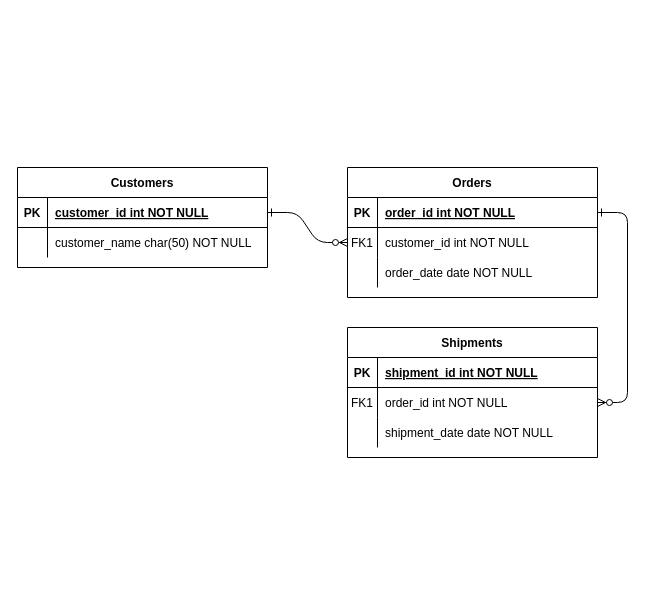
This is Диаграмма без названия.drawio from RaifSpace/raif-devops, a draw.io file, before an edit. Source tidied: cells renumbered, new cells numbered last; positions are measured from the earlier drawing's top-left corner, leaving out a move shared by most shapes. Both pictures are drawn from the tidied source at 100%, with x=0, y=0 at pixel (17, 167).
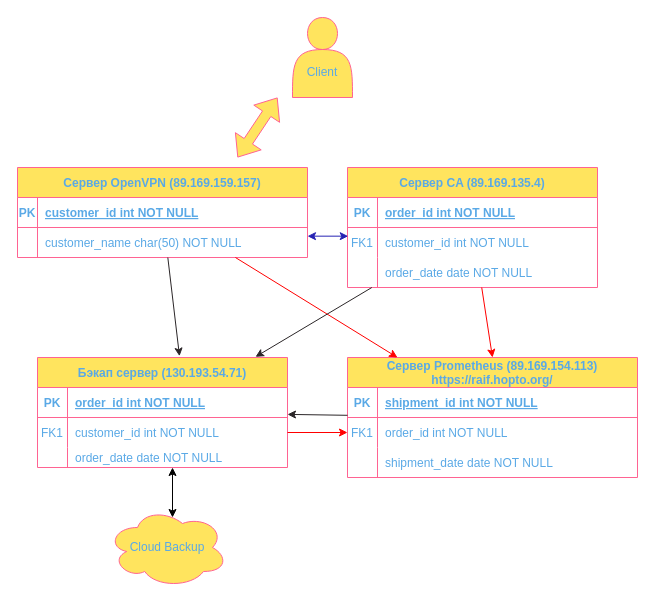
The same page after the edit.

Change to the diagram source:
```diff
@@
-    <mxCell id="2" style="edgeStyle=entityRelationEdgeStyle;endArrow=ERzeroToMany;startArrow=ERone;endFill=1;startFill=0;" parent="1" edge="1" source="25" target="8">
-      <mxGeometry relative="1" as="geometry" />
-    </mxCell>
-    <mxCell id="3" style="edgeStyle=entityRelationEdgeStyle;endArrow=ERzeroToMany;startArrow=ERone;endFill=1;startFill=0;" parent="1" edge="1" source="5" target="18">
-      <mxGeometry relative="1" as="geometry" />
-    </mxCell>
-    <mxCell id="4" value="Orders" style="shape=table;startSize=30;childLayout=tableLayout;rowLines=0;fontStyle=1;align=center;" parent="1" vertex="1">
-      <mxGeometry x="330" width="250" height="130" as="geometry" />
+    <mxCell id="4" value="Сервер CA (89.169.135.4)" style="shape=table;startSize=30;childLayout=tableLayout;rowLines=0;fontStyle=1;align=center;labelBackgroundColor=none;fillColor=#FFE45E;strokeColor=#FF6392;fontColor=#5AA9E6;" parent="1" vertex="1">
+      <mxGeometry x="330" width="250" height="120" as="geometry" />
     </mxCell>
-    <mxCell id="5" style="shape=partialRectangle;fillColor=none;points=[[0,0.5],[1,0.5]];portConstraint=eastwest;top=0;left=0;right=0;bottom=1;" parent="4" vertex="1">
+    <mxCell id="5" style="shape=partialRectangle;fillColor=none;points=[[0,0.5],[1,0.5]];portConstraint=eastwest;top=0;left=0;right=0;bottom=1;labelBackgroundColor=none;strokeColor=#FF6392;fontColor=#5AA9E6;" parent="4" vertex="1">
       <mxGeometry y="30" width="250" height="30" as="geometry" />
     </mxCell>
-    <mxCell id="6" value="PK" style="shape=partialRectangle;overflow=hidden;fillColor=none;top=0;left=0;bottom=0;right=0;fontStyle=1;" parent="5" vertex="1">
+    <mxCell id="6" value="PK" style="shape=partialRectangle;overflow=hidden;fillColor=none;top=0;left=0;bottom=0;right=0;fontStyle=1;labelBackgroundColor=none;strokeColor=#FF6392;fontColor=#5AA9E6;" parent="5" vertex="1">
       <mxGeometry width="30" height="30" as="geometry" />
     </mxCell>
-    <mxCell id="7" value="order_id int NOT NULL " style="shape=partialRectangle;overflow=hidden;fillColor=none;top=0;left=0;bottom=0;right=0;align=left;spacingLeft=6;fontStyle=5;" parent="5" vertex="1">
+    <mxCell id="7" value="order_id int NOT NULL " style="shape=partialRectangle;overflow=hidden;fillColor=none;top=0;left=0;bottom=0;right=0;align=left;spacingLeft=6;fontStyle=5;labelBackgroundColor=none;strokeColor=#FF6392;fontColor=#5AA9E6;" parent="5" vertex="1">
       <mxGeometry x="30" width="220" height="30" as="geometry" />
     </mxCell>
-    <mxCell id="8" style="shape=partialRectangle;fillColor=none;points=[[0,0.5],[1,0.5]];portConstraint=eastwest;top=0;left=0;right=0;bottom=0;" parent="4" vertex="1">
+    <mxCell id="8" style="shape=partialRectangle;fillColor=none;points=[[0,0.5],[1,0.5]];portConstraint=eastwest;top=0;left=0;right=0;bottom=0;labelBackgroundColor=none;strokeColor=#FF6392;fontColor=#5AA9E6;" parent="4" vertex="1">
       <mxGeometry y="60" width="250" height="30" as="geometry" />
     </mxCell>
-    <mxCell id="9" value="FK1" style="shape=partialRectangle;overflow=hidden;fillColor=none;top=0;left=0;bottom=0;right=0;" parent="8" vertex="1">
+    <mxCell id="9" value="FK1" style="shape=partialRectangle;overflow=hidden;fillColor=none;top=0;left=0;bottom=0;right=0;labelBackgroundColor=none;strokeColor=#FF6392;fontColor=#5AA9E6;" parent="8" vertex="1">
       <mxGeometry width="30" height="30" as="geometry" />
     </mxCell>
-    <mxCell id="10" value="customer_id int NOT NULL" style="shape=partialRectangle;overflow=hidden;fillColor=none;top=0;left=0;bottom=0;right=0;align=left;spacingLeft=6;" parent="8" vertex="1">
+    <mxCell id="10" value="customer_id int NOT NULL" style="shape=partialRectangle;overflow=hidden;fillColor=none;top=0;left=0;bottom=0;right=0;align=left;spacingLeft=6;labelBackgroundColor=none;strokeColor=#FF6392;fontColor=#5AA9E6;" parent="8" vertex="1">
       <mxGeometry x="30" width="220" height="30" as="geometry" />
     </mxCell>
-    <mxCell id="11" style="shape=partialRectangle;fillColor=none;top=0;left=0;right=0;bottom=0;" parent="4" vertex="1">
+    <mxCell id="11" style="shape=partialRectangle;fillColor=none;top=0;left=0;right=0;bottom=0;labelBackgroundColor=none;strokeColor=#FF6392;fontColor=#5AA9E6;" parent="4" vertex="1">
       <mxGeometry y="90" width="250" height="30" as="geometry" />
     </mxCell>
-    <mxCell id="12" style="shape=partialRectangle;overflow=hidden;fillColor=none;top=0;left=0;bottom=0;right=0;" parent="11" vertex="1">
+    <mxCell id="12" style="shape=partialRectangle;overflow=hidden;fillColor=none;top=0;left=0;bottom=0;right=0;labelBackgroundColor=none;strokeColor=#FF6392;fontColor=#5AA9E6;" parent="11" vertex="1">
       <mxGeometry width="30" height="30" as="geometry" />
     </mxCell>
-    <mxCell id="13" value="order_date date NOT NULL" style="shape=partialRectangle;overflow=hidden;fillColor=none;top=0;left=0;bottom=0;right=0;align=left;spacingLeft=6;" parent="11" vertex="1">
+    <mxCell id="13" value="order_date date NOT NULL" style="shape=partialRectangle;overflow=hidden;fillColor=none;top=0;left=0;bottom=0;right=0;align=left;spacingLeft=6;labelBackgroundColor=none;strokeColor=#FF6392;fontColor=#5AA9E6;" parent="11" vertex="1">
       <mxGeometry x="30" width="220" height="30" as="geometry" />
     </mxCell>
-    <mxCell id="14" value="Shipments" style="shape=table;startSize=30;childLayout=tableLayout;rowLines=0;fontStyle=1;align=center;" parent="1" vertex="1">
-      <mxGeometry x="330" y="160" width="250" height="130" as="geometry" />
+    <mxCell id="14" value="Сервер Prometheus (89.169.154.113)&#10;https://raif.hopto.org/" style="shape=table;startSize=30;childLayout=tableLayout;rowLines=0;fontStyle=1;align=center;labelBackgroundColor=none;fillColor=#FFE45E;strokeColor=#FF6392;fontColor=#5AA9E6;" parent="1" vertex="1">
+      <mxGeometry x="330" y="190" width="290" height="120" as="geometry" />
     </mxCell>
-    <mxCell id="15" style="shape=partialRectangle;fillColor=none;top=0;left=0;right=0;bottom=1;" parent="14" vertex="1">
-      <mxGeometry y="30" width="250" height="30" as="geometry" />
+    <mxCell id="15" style="shape=partialRectangle;fillColor=none;top=0;left=0;right=0;bottom=1;labelBackgroundColor=none;strokeColor=#FF6392;fontColor=#5AA9E6;" parent="14" vertex="1">
+      <mxGeometry y="30" width="290" height="30" as="geometry" />
     </mxCell>
-    <mxCell id="16" value="PK" style="shape=partialRectangle;overflow=hidden;fillColor=none;top=0;left=0;bottom=0;right=0;fontStyle=1;" parent="15" vertex="1">
+    <mxCell id="16" value="PK" style="shape=partialRectangle;overflow=hidden;fillColor=none;top=0;left=0;bottom=0;right=0;fontStyle=1;labelBackgroundColor=none;strokeColor=#FF6392;fontColor=#5AA9E6;" parent="15" vertex="1">
       <mxGeometry width="30" height="30" as="geometry" />
     </mxCell>
-    <mxCell id="17" value="shipment_id int NOT NULL " style="shape=partialRectangle;overflow=hidden;fillColor=none;top=0;left=0;bottom=0;right=0;align=left;spacingLeft=6;fontStyle=5;" parent="15" vertex="1">
-      <mxGeometry x="30" width="220" height="30" as="geometry" />
+    <mxCell id="17" value="shipment_id int NOT NULL " style="shape=partialRectangle;overflow=hidden;fillColor=none;top=0;left=0;bottom=0;right=0;align=left;spacingLeft=6;fontStyle=5;labelBackgroundColor=none;strokeColor=#FF6392;fontColor=#5AA9E6;" parent="15" vertex="1">
+      <mxGeometry x="30" width="260" height="30" as="geometry" />
     </mxCell>
-    <mxCell id="18" style="shape=partialRectangle;fillColor=none;points=[[0,0.5],[1,0.5]];portConstraint=eastwest;top=0;left=0;right=0;bottom=0;" parent="14" vertex="1">
-      <mxGeometry y="60" width="250" height="30" as="geometry" />
+    <mxCell id="18" style="shape=partialRectangle;fillColor=none;points=[[0,0.5],[1,0.5]];portConstraint=eastwest;top=0;left=0;right=0;bottom=0;labelBackgroundColor=none;strokeColor=#FF6392;fontColor=#5AA9E6;" parent="14" vertex="1">
+      <mxGeometry y="60" width="290" height="30" as="geometry" />
     </mxCell>
-    <mxCell id="19" value="FK1" style="shape=partialRectangle;overflow=hidden;fillColor=none;top=0;left=0;bottom=0;right=0;" parent="18" vertex="1">
+    <mxCell id="19" value="FK1" style="shape=partialRectangle;overflow=hidden;fillColor=none;top=0;left=0;bottom=0;right=0;labelBackgroundColor=none;strokeColor=#FF6392;fontColor=#5AA9E6;" parent="18" vertex="1">
       <mxGeometry width="30" height="30" as="geometry" />
     </mxCell>
-    <mxCell id="20" value="order_id int NOT NULL" style="shape=partialRectangle;overflow=hidden;fillColor=none;top=0;left=0;bottom=0;right=0;align=left;spacingLeft=6;" parent="18" vertex="1">
-      <mxGeometry x="30" width="220" height="30" as="geometry" />
+    <mxCell id="20" value="order_id int NOT NULL" style="shape=partialRectangle;overflow=hidden;fillColor=none;top=0;left=0;bottom=0;right=0;align=left;spacingLeft=6;labelBackgroundColor=none;strokeColor=#FF6392;fontColor=#5AA9E6;" parent="18" vertex="1">
+      <mxGeometry x="30" width="260" height="30" as="geometry" />
     </mxCell>
-    <mxCell id="21" style="shape=partialRectangle;fillColor=none;top=0;left=0;right=0;bottom=0;" parent="14" vertex="1">
-      <mxGeometry y="90" width="250" height="30" as="geometry" />
+    <mxCell id="21" style="shape=partialRectangle;fillColor=none;top=0;left=0;right=0;bottom=0;labelBackgroundColor=none;strokeColor=#FF6392;fontColor=#5AA9E6;" parent="14" vertex="1">
+      <mxGeometry y="90" width="290" height="30" as="geometry" />
     </mxCell>
-    <mxCell id="22" style="shape=partialRectangle;overflow=hidden;fillColor=none;top=0;left=0;bottom=0;right=0;" parent="21" vertex="1">
+    <mxCell id="22" style="shape=partialRectangle;overflow=hidden;fillColor=none;top=0;left=0;bottom=0;right=0;labelBackgroundColor=none;strokeColor=#FF6392;fontColor=#5AA9E6;" parent="21" vertex="1">
       <mxGeometry width="30" height="30" as="geometry" />
     </mxCell>
-    <mxCell id="23" value="shipment_date date NOT NULL" style="shape=partialRectangle;overflow=hidden;fillColor=none;top=0;left=0;bottom=0;right=0;align=left;spacingLeft=6;" parent="21" vertex="1">
-      <mxGeometry x="30" width="220" height="30" as="geometry" />
+    <mxCell id="23" value="shipment_date date NOT NULL" style="shape=partialRectangle;overflow=hidden;fillColor=none;top=0;left=0;bottom=0;right=0;align=left;spacingLeft=6;labelBackgroundColor=none;strokeColor=#FF6392;fontColor=#5AA9E6;" parent="21" vertex="1">
+      <mxGeometry x="30" width="260" height="30" as="geometry" />
     </mxCell>
-    <mxCell id="24" value="Customers" style="shape=table;startSize=30;childLayout=tableLayout;rowLines=0;fontStyle=1;align=center;" parent="1" vertex="1">
-      <mxGeometry width="250" height="100" as="geometry" />
+    <mxCell id="24" value="Сервер OpenVPN (89.169.159.157)" style="shape=table;startSize=30;childLayout=tableLayout;rowLines=0;fontStyle=1;align=center;labelBackgroundColor=none;fillColor=#FFE45E;strokeColor=#FF6392;fontColor=#5AA9E6;" parent="1" vertex="1">
+      <mxGeometry width="290" height="90" as="geometry" />
     </mxCell>
-    <mxCell id="25" style="shape=partialRectangle;fillColor=none;points=[[0,0.5],[1,0.5]];portConstraint=eastwest;top=0;left=0;right=0;bottom=1;" parent="24" vertex="1">
-      <mxGeometry y="30" width="250" height="30" as="geometry" />
+    <mxCell id="25" style="shape=partialRectangle;fillColor=none;points=[[0,0.5],[1,0.5]];portConstraint=eastwest;top=0;left=0;right=0;bottom=1;labelBackgroundColor=none;strokeColor=#FF6392;fontColor=#5AA9E6;" parent="24" vertex="1">
+      <mxGeometry y="30" width="290" height="30" as="geometry" />
     </mxCell>
-    <mxCell id="26" value="PK" style="shape=partialRectangle;overflow=hidden;fillColor=none;top=0;left=0;bottom=0;right=0;fontStyle=1;" parent="25" vertex="1">
-      <mxGeometry width="30" height="30" as="geometry" />
+    <mxCell id="26" value="PK" style="shape=partialRectangle;overflow=hidden;fillColor=none;top=0;left=0;bottom=0;right=0;fontStyle=1;labelBackgroundColor=none;strokeColor=#FF6392;fontColor=#5AA9E6;" parent="25" vertex="1">
+      <mxGeometry width="20" height="30" as="geometry" />
     </mxCell>
-    <mxCell id="27" value="customer_id int NOT NULL " style="shape=partialRectangle;overflow=hidden;fillColor=none;top=0;left=0;bottom=0;right=0;align=left;spacingLeft=6;fontStyle=5;" parent="25" vertex="1">
-      <mxGeometry x="30" width="220" height="30" as="geometry" />
+    <mxCell id="27" value="customer_id int NOT NULL " style="shape=partialRectangle;overflow=hidden;fillColor=none;top=0;left=0;bottom=0;right=0;align=left;spacingLeft=6;fontStyle=5;labelBackgroundColor=none;strokeColor=#FF6392;fontColor=#5AA9E6;" parent="25" vertex="1">
+      <mxGeometry x="20" width="270" height="30" as="geometry" />
     </mxCell>
-    <mxCell id="28" style="shape=partialRectangle;fillColor=none;points=[[0,0.5],[1,0.5]];portConstraint=eastwest;top=0;left=0;right=0;bottom=0;" parent="24" vertex="1">
-      <mxGeometry y="60" width="250" height="30" as="geometry" />
+    <mxCell id="28" style="shape=partialRectangle;fillColor=none;points=[[0,0.5],[1,0.5]];portConstraint=eastwest;top=0;left=0;right=0;bottom=0;labelBackgroundColor=none;strokeColor=#FF6392;fontColor=#5AA9E6;" parent="24" vertex="1">
+      <mxGeometry y="60" width="290" height="30" as="geometry" />
     </mxCell>
-    <mxCell id="29" style="shape=partialRectangle;overflow=hidden;fillColor=none;top=0;left=0;bottom=0;right=0;" parent="28" vertex="1">
-      <mxGeometry width="30" height="30" as="geometry" />
+    <mxCell id="29" style="shape=partialRectangle;overflow=hidden;fillColor=none;top=0;left=0;bottom=0;right=0;labelBackgroundColor=none;strokeColor=#FF6392;fontColor=#5AA9E6;" parent="28" vertex="1">
+      <mxGeometry width="20" height="30" as="geometry" />
     </mxCell>
-    <mxCell id="30" value="customer_name char(50) NOT NULL" style="shape=partialRectangle;overflow=hidden;fillColor=none;top=0;left=0;bottom=0;right=0;align=left;spacingLeft=6;" parent="28" vertex="1">
-      <mxGeometry x="30" width="220" height="30" as="geometry" />
+    <mxCell id="30" value="customer_name char(50) NOT NULL" style="shape=partialRectangle;overflow=hidden;fillColor=none;top=0;left=0;bottom=0;right=0;align=left;spacingLeft=6;labelBackgroundColor=none;strokeColor=#FF6392;fontColor=#5AA9E6;" parent="28" vertex="1">
+      <mxGeometry x="20" width="270" height="30" as="geometry" />
     </mxCell>
+    <mxCell id="31" value="Cloud Backup" style="ellipse;shape=cloud;whiteSpace=wrap;html=1;align=center;strokeColor=#FF6392;fontColor=#5AA9E6;fillColor=#FFE45E;labelBackgroundColor=none;" parent="1" vertex="1">
+      <mxGeometry x="90" y="340" width="120" height="80" as="geometry" />
+    </mxCell>
+    <mxCell id="32" value="Бэкап сервер (130.193.54.71)" style="shape=table;startSize=30;childLayout=tableLayout;rowLines=0;fontStyle=1;align=center;labelBackgroundColor=none;fillColor=#FFE45E;strokeColor=#FF6392;fontColor=#5AA9E6;" parent="1" vertex="1">
+      <mxGeometry x="20" y="190" width="250" height="110" as="geometry" />
+    </mxCell>
+    <mxCell id="33" style="shape=partialRectangle;fillColor=none;top=0;left=0;right=0;bottom=1;labelBackgroundColor=none;strokeColor=#FF6392;fontColor=#5AA9E6;" parent="32" vertex="1">
+      <mxGeometry y="30" width="250" height="30" as="geometry" />
+    </mxCell>
+    <mxCell id="34" value="PK" style="shape=partialRectangle;overflow=hidden;fillColor=none;top=0;left=0;bottom=0;right=0;fontStyle=1;labelBackgroundColor=none;strokeColor=#FF6392;fontColor=#5AA9E6;" parent="33" vertex="1">
+      <mxGeometry width="30" height="30" as="geometry" />
+    </mxCell>
+    <mxCell id="35" value="order_id int NOT NULL " style="shape=partialRectangle;overflow=hidden;fillColor=none;top=0;left=0;bottom=0;right=0;align=left;spacingLeft=6;fontStyle=5;labelBackgroundColor=none;strokeColor=#FF6392;fontColor=#5AA9E6;" parent="33" vertex="1">
+      <mxGeometry x="30" width="220" height="30" as="geometry" />
+    </mxCell>
+    <mxCell id="36" style="shape=partialRectangle;fillColor=none;points=[[0,0.5],[1,0.5]];portConstraint=eastwest;top=0;left=0;right=0;bottom=0;labelBackgroundColor=none;strokeColor=#FF6392;fontColor=#5AA9E6;" parent="32" vertex="1">
+      <mxGeometry y="60" width="250" height="30" as="geometry" />
+    </mxCell>
+    <mxCell id="37" value="FK1" style="shape=partialRectangle;overflow=hidden;fillColor=none;top=0;left=0;bottom=0;right=0;labelBackgroundColor=none;strokeColor=#FF6392;fontColor=#5AA9E6;" parent="36" vertex="1">
+      <mxGeometry width="30" height="30" as="geometry" />
+    </mxCell>
+    <mxCell id="38" value="customer_id int NOT NULL" style="shape=partialRectangle;overflow=hidden;fillColor=none;top=0;left=0;bottom=0;right=0;align=left;spacingLeft=6;labelBackgroundColor=none;strokeColor=#FF6392;fontColor=#5AA9E6;" parent="36" vertex="1">
+      <mxGeometry x="30" width="220" height="30" as="geometry" />
+    </mxCell>
+    <mxCell id="39" style="shape=partialRectangle;fillColor=none;top=0;left=0;right=0;bottom=0;labelBackgroundColor=none;strokeColor=#FF6392;fontColor=#5AA9E6;" parent="32" vertex="1">
+      <mxGeometry y="90" width="250" height="20" as="geometry" />
+    </mxCell>
+    <mxCell id="40" style="shape=partialRectangle;overflow=hidden;fillColor=none;top=0;left=0;bottom=0;right=0;labelBackgroundColor=none;strokeColor=#FF6392;fontColor=#5AA9E6;" parent="39" vertex="1">
+      <mxGeometry width="30" height="20" as="geometry" />
+    </mxCell>
+    <mxCell id="41" value="order_date date NOT NULL" style="shape=partialRectangle;overflow=hidden;fillColor=none;top=0;left=0;bottom=0;right=0;align=left;spacingLeft=6;labelBackgroundColor=none;strokeColor=#FF6392;fontColor=#5AA9E6;" parent="39" vertex="1">
+      <mxGeometry x="30" width="220" height="20" as="geometry" />
+    </mxCell>
+    <mxCell id="42" style="endArrow=classic;html=1;rounded=0;strokeColor=light-dark(#ff0000, #df5981);fontColor=default;fillColor=#FFE45E;labelBackgroundColor=none;" parent="1" edge="1" source="24">
+      <mxGeometry relative="1" as="geometry">
+        <mxPoint x="380" y="190" as="targetPoint" />
+      </mxGeometry>
+    </mxCell>
+    <mxCell id="43" style="endArrow=classic;html=1;rounded=0;strokeColor=light-dark(#ff0000, #DF5981);fontColor=default;fillColor=#FFE45E;entryX=0;entryY=0.5;entryDx=0;entryDy=0;labelBackgroundColor=none;exitX=1;exitY=0.5;exitDx=0;exitDy=0;" parent="1" edge="1" source="36" target="18">
+      <mxGeometry relative="1" as="geometry" />
+    </mxCell>
+    <mxCell id="44" style="endArrow=classic;html=1;rounded=0;strokeColor=light-dark(#ff0000, #df5981);fontColor=default;fillColor=#FFE45E;labelBackgroundColor=none;entryX=0.5;entryY=0;entryDx=0;entryDy=0;" parent="1" edge="1" source="4" target="14">
+      <mxGeometry relative="1" as="geometry" />
+    </mxCell>
+    <mxCell id="45" style="endArrow=classic;startArrow=classic;html=1;rounded=0;strokeColor=light-dark(#2623b3, #df5981);fontColor=#5AA9E6;fillColor=#FFE45E;entryX=0.003;entryY=0.289;entryDx=0;entryDy=0;entryPerimeter=0;exitX=1;exitY=0.289;exitDx=0;exitDy=0;exitPerimeter=0;" parent="1" edge="1" source="28" target="8">
+      <mxGeometry relative="1" as="geometry" />
+    </mxCell>
+    <mxCell id="46" style="endArrow=classic;startArrow=classic;html=1;rounded=0;strokeColor=#000000;fontColor=#5AA9E6;fillColor=#FFE45E;" parent="1" edge="1">
+      <mxGeometry relative="1" as="geometry">
+        <mxPoint x="155" y="350" as="sourcePoint" />
+        <mxPoint x="155" y="300" as="targetPoint" />
+      </mxGeometry>
+    </mxCell>
+    <mxCell id="47" style="endArrow=classic;html=1;rounded=0;strokeColor=light-dark(#2b2628, #df5981);fontColor=#5AA9E6;fillColor=#FFE45E;entryX=0.872;entryY=-0.006;entryDx=0;entryDy=0;entryPerimeter=0;" parent="1" edge="1" source="4" target="32">
+      <mxGeometry relative="1" as="geometry" />
+    </mxCell>
+    <mxCell id="48" style="endArrow=classic;html=1;rounded=0;strokeColor=light-dark(#2b2628, #df5981);fontColor=#5AA9E6;fillColor=#FFE45E;" parent="1" edge="1" source="14" target="32">
+      <mxGeometry relative="1" as="geometry" />
+    </mxCell>
+    <mxCell id="49" style="endArrow=classic;html=1;rounded=0;strokeColor=light-dark(#2b2628, #df5981);fontColor=#5AA9E6;fillColor=#FFE45E;entryX=0.568;entryY=-0.012;entryDx=0;entryDy=0;entryPerimeter=0;" parent="1" edge="1" source="24" target="32">
+      <mxGeometry relative="1" as="geometry" />
+    </mxCell>
+    <mxCell id="50" style="shape=flexArrow;endArrow=classic;startArrow=classic;html=1;rounded=0;strokeColor=#FF6392;fontColor=#5AA9E6;fillColor=#FFE45E;" parent="1" edge="1">
+      <mxGeometry relative="1" as="geometry">
+        <mxPoint x="220" y="-10" as="sourcePoint" />
+        <mxPoint x="260" y="-70" as="targetPoint" />
+      </mxGeometry>
+    </mxCell>
+    <mxCell id="51" style="group;" parent="1" vertex="1">
+      <mxGeometry x="275" y="-150" width="60" height="80" as="geometry" />
+    </mxCell>
+    <mxCell id="52" style="shape=actor;whiteSpace=wrap;html=1;strokeColor=#FF6392;fontColor=#5AA9E6;fillColor=#FFE45E;" parent="51" vertex="1">
+      <mxGeometry width="60" height="80" as="geometry" />
+    </mxCell>
+    <mxCell id="53" value="Client" style="text;html=1;align=center;verticalAlign=middle;whiteSpace=wrap;rounded=0;fontColor=#5AA9E6;" parent="51" vertex="1">
+      <mxGeometry y="40" width="60" height="30" as="geometry" />
+    </mxCell>
```
